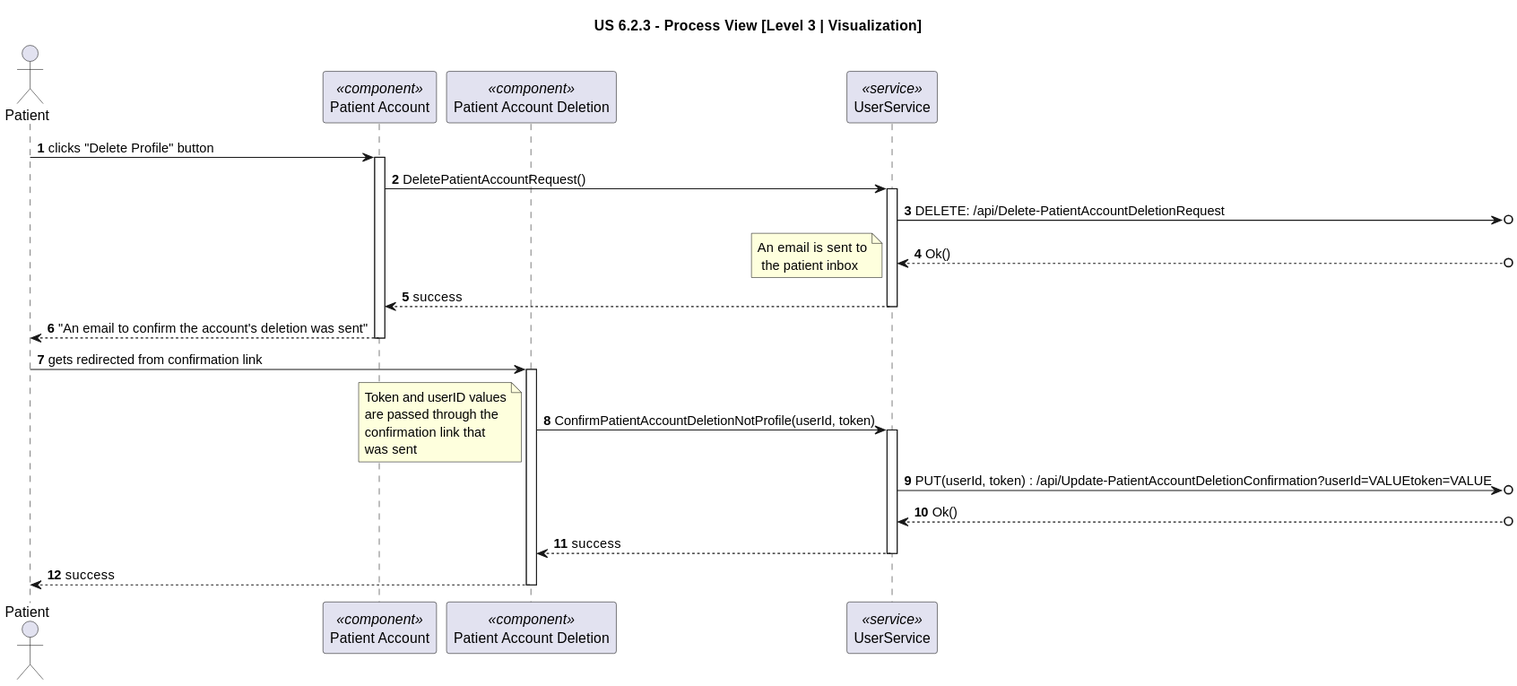
The PlantUML diagram docs/sprint-2/1220683/us-6.2.3/diagrams/Process_View/Level-3/us6.2.3-process-view-visualization-lvl3.svg in rita-barbosa/LAPR5-2425, before a commit. The source it was exported from:
```plantuml
@startuml
title "US 6.2.3 - Process View [Level 3 | Visualization]"




autonumber
actor "Patient" as USER
participant "Patient Account" as PA <<component>>
participant "Patient Account Deletion" as UAD <<component>>
participant "UserService" as US <<service>>


USER -> PA : clicks "Delete Profile" button
activate PA

PA -> US : DeletePatientAccountRequest()
activate US

US ->o] : DELETE: /api/Delete-PatientAccountDeletionRequest

US <--o] : Ok()
note right
An email is sent to
 the patient inbox
end note

US --> PA: success
deactivate US

PA --> USER: "An email to confirm the account's deletion was sent"
deactivate PA

USER -> UAD : gets redirected from confirmation link
activate UAD

UAD -> US : ConfirmPatientAccountDeletionNotProfile(userId, token)
activate US
note left
Token and userID values
are passed through the
confirmation link that
was sent
end note

US ->o] : PUT(userId, token) : /api/Update-PatientAccountDeletionConfirmation?userId=VALUEtoken=VALUE

US <--o] : Ok()

US --> UAD: success
deactivate US

UAD --> USER: success
deactivate UAD
@enduml
```
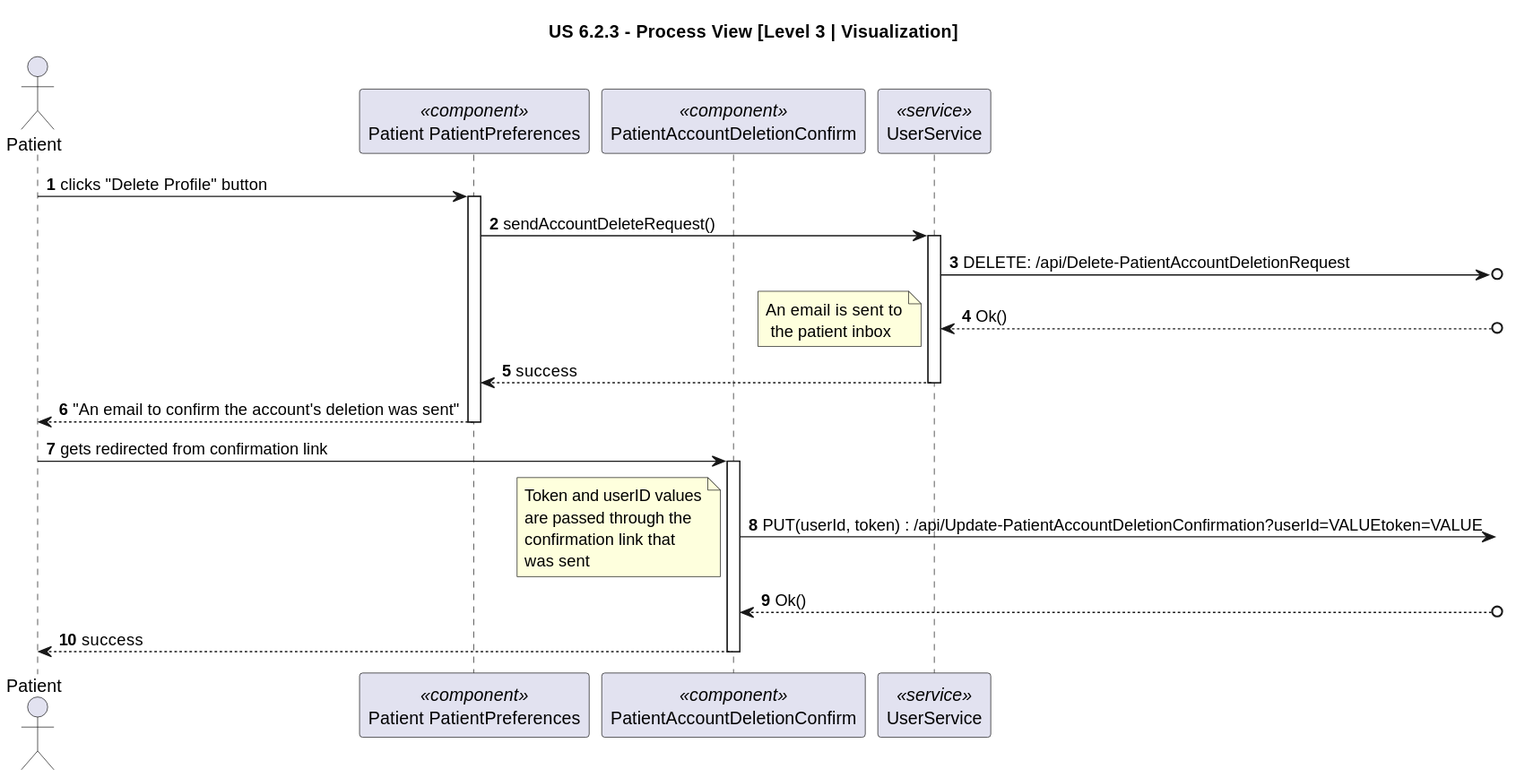
The same file after the commit.

The edit, as a diff of the source:
```diff
@@ -6,15 +6,15 @@
 
 autonumber
 actor "Patient" as USER
-participant "Patient Account" as PA <<component>>
-participant "Patient Account Deletion" as UAD <<component>>
+participant "Patient PatientPreferences" as PA <<component>>
+participant "PatientAccountDeletionConfirm" as UAD <<component>>
 participant "UserService" as US <<service>>
 
 
 USER -> PA : clicks "Delete Profile" button
 activate PA
 
-PA -> US : DeletePatientAccountRequest()
+PA -> US : sendAccountDeleteRequest()
 activate US
 
 US ->o] : DELETE: /api/Delete-PatientAccountDeletionRequest
@@ -34,8 +34,7 @@
 USER -> UAD : gets redirected from confirmation link
 activate UAD
 
-UAD -> US : ConfirmPatientAccountDeletionNotProfile(userId, token)
-activate US
+UAD ->o] : PUT(userId, token) : /api/Update-PatientAccountDeletionConfirmation?userId=VALUEtoken=VALUE
 note left
 Token and userID values
 are passed through the
@@ -43,12 +42,7 @@
 was sent
 end note
 
-US ->o] : PUT(userId, token) : /api/Update-PatientAccountDeletionConfirmation?userId=VALUEtoken=VALUE
-
-US <--o] : Ok()
-
-US --> UAD: success
-deactivate US
+UAD <--o] : Ok()
 
 UAD --> USER: success
 deactivate UAD
```
